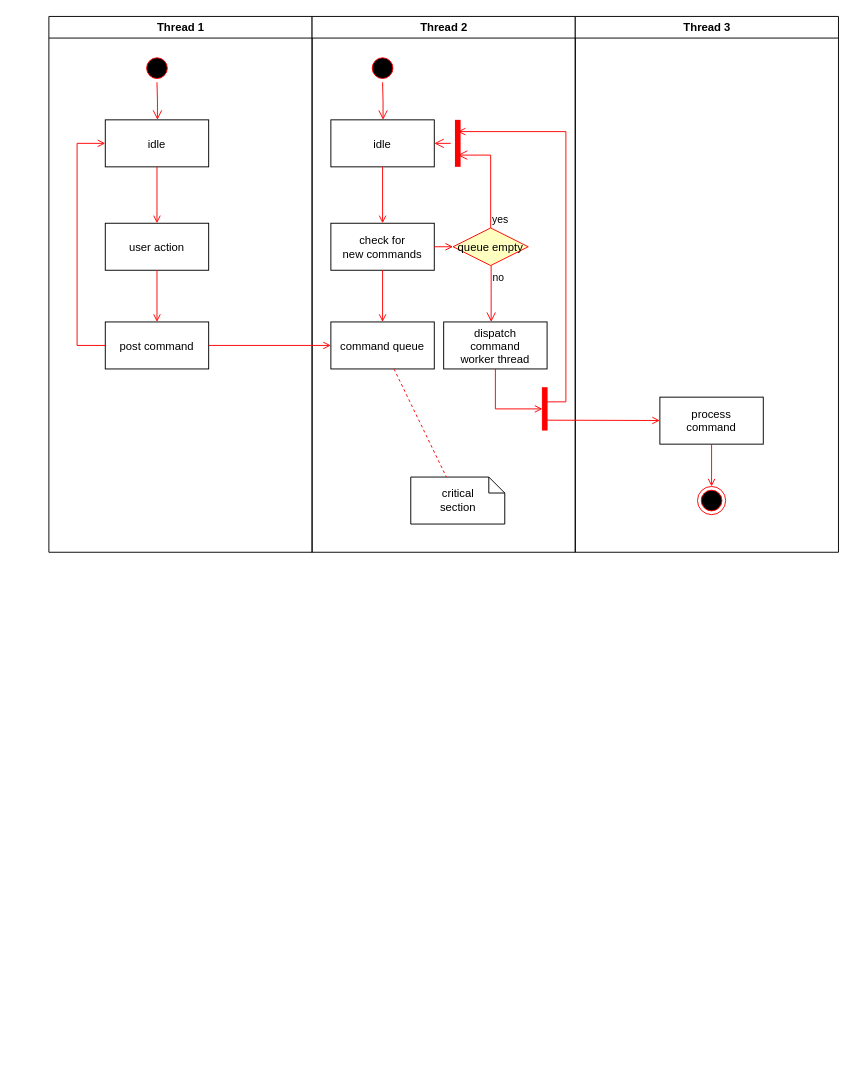
The draw.io diagram Untitled Diagram.drawio in chen-jian-song/diagrams, before the edit. Source tidied: cells renumbered, new cells numbered last; positions are measured from the earlier drawing's top-left corner, leaving out a move shared by most shapes. Both pictures are drawn from the tidied source at 94%, with x=0, y=0 at pixel (48, 16).
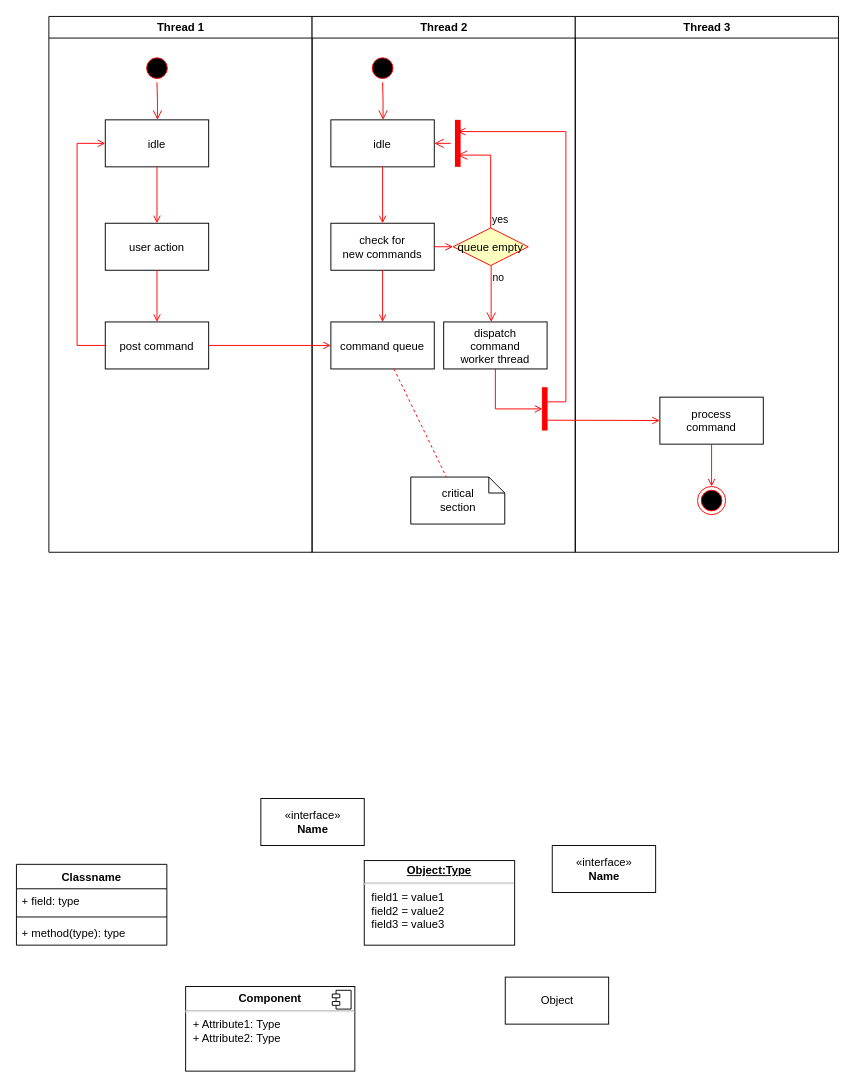
After the change.

Change to the diagram source:
```diff
@@
+    <mxCell id="37" value="&lt;p style=&quot;margin:0px;margin-top:6px;text-align:center;&quot;&gt;&lt;b&gt;Component&lt;/b&gt;&lt;/p&gt;&lt;hr/&gt;&lt;p style=&quot;margin:0px;margin-left:8px;&quot;&gt;+ Attribute1: Type&lt;br/&gt;+ Attribute2: Type&lt;/p&gt;" style="align=left;overflow=fill;html=1;" parent="1" vertex="1">
+      <mxGeometry x="146" y="1032" width="180" height="90" as="geometry" />
+    </mxCell>
+    <mxCell id="38" style="shape=component;jettyWidth=8;jettyHeight=4;" parent="37" vertex="1">
+      <mxGeometry x="1" width="20" height="20" relative="1" as="geometry">
+        <mxPoint x="-24" y="4" as="offset" />
+      </mxGeometry>
+    </mxCell>
+    <mxCell id="39" value="Object" style="html=1;" parent="1" vertex="1">
+      <mxGeometry x="486" y="1022" width="110" height="50" as="geometry" />
+    </mxCell>
+    <mxCell id="40" value="&amp;laquo;interface&amp;raquo;&lt;br&gt;&lt;b&gt;Name&lt;/b&gt;" style="html=1;" parent="1" vertex="1">
+      <mxGeometry x="226" y="832" width="110" height="50" as="geometry" />
+    </mxCell>
+    <mxCell id="41" value="&amp;laquo;interface&amp;raquo;&lt;br&gt;&lt;b&gt;Name&lt;/b&gt;" style="html=1;" parent="1" vertex="1">
+      <mxGeometry x="536" y="882" width="110" height="50" as="geometry" />
+    </mxCell>
+    <mxCell id="42" value="Classname" style="swimlane;fontStyle=1;align=center;verticalAlign=top;horizontal=1;startSize=26;" parent="1" vertex="1">
+      <mxGeometry x="-34" y="902" width="160" height="86" as="geometry" />
+    </mxCell>
+    <mxCell id="43" value="+ field: type" style="text;strokeColor=none;fillColor=none;align=left;verticalAlign=top;spacingLeft=4;spacingRight=4;overflow=hidden;" parent="42" vertex="1">
+      <mxGeometry y="26" width="160" height="26" as="geometry" />
+    </mxCell>
+    <mxCell id="44" style="line;strokeWidth=1;fillColor=none;align=left;verticalAlign=middle;spacingTop=-1;spacingLeft=3;spacingRight=3;labelPosition=right;" parent="42" vertex="1">
+      <mxGeometry y="52" width="160" height="8" as="geometry" />
+    </mxCell>
+    <mxCell id="45" value="+ method(type): type" style="text;strokeColor=none;fillColor=none;align=left;verticalAlign=top;spacingLeft=4;spacingRight=4;overflow=hidden;" parent="42" vertex="1">
+      <mxGeometry y="60" width="160" height="26" as="geometry" />
+    </mxCell>
+    <mxCell id="46" value="&lt;p style=&quot;margin:0px;margin-top:4px;text-align:center;text-decoration:underline;&quot;&gt;&lt;b&gt;Object:Type&lt;/b&gt;&lt;/p&gt;&lt;hr/&gt;&lt;p style=&quot;margin:0px;margin-left:8px;&quot;&gt;field1 = value1&lt;br/&gt;field2 = value2&lt;br&gt;field3 = value3&lt;/p&gt;" style="verticalAlign=top;align=left;overflow=fill;fontSize=12;fontFamily=Helvetica;html=1;" parent="1" vertex="1">
+      <mxGeometry x="336" y="898" width="160" height="90" as="geometry" />
+    </mxCell>
```
